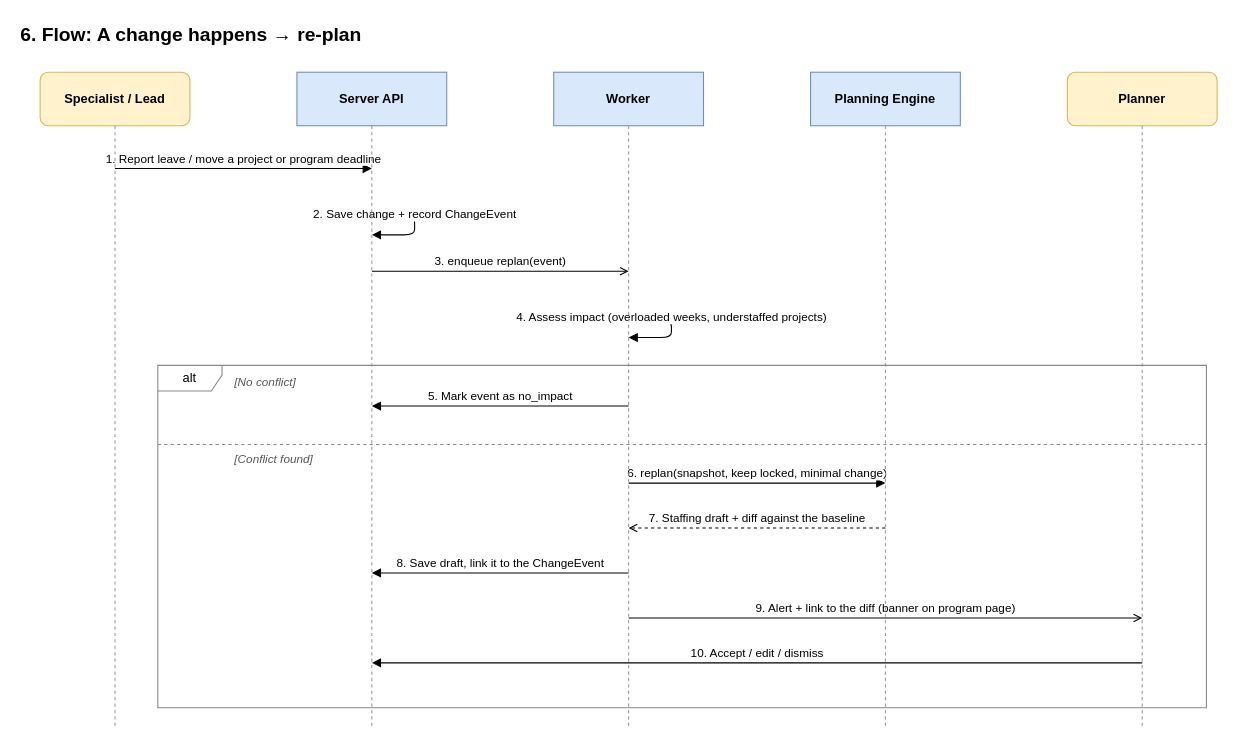
The draw.io diagram page "6. Flow - Change to Replan" (6 of 7) of docs/architecture.drawio in dophnamm/the-slot-finder, before the edit. Source tidied: cells renumbered, new cells numbered last; positions are measured from the earlier drawing's top-left corner, leaving out a move shared by most shapes. Both pictures are drawn from the tidied source at 107%, with x=0, y=0 at pixel (18, 18).
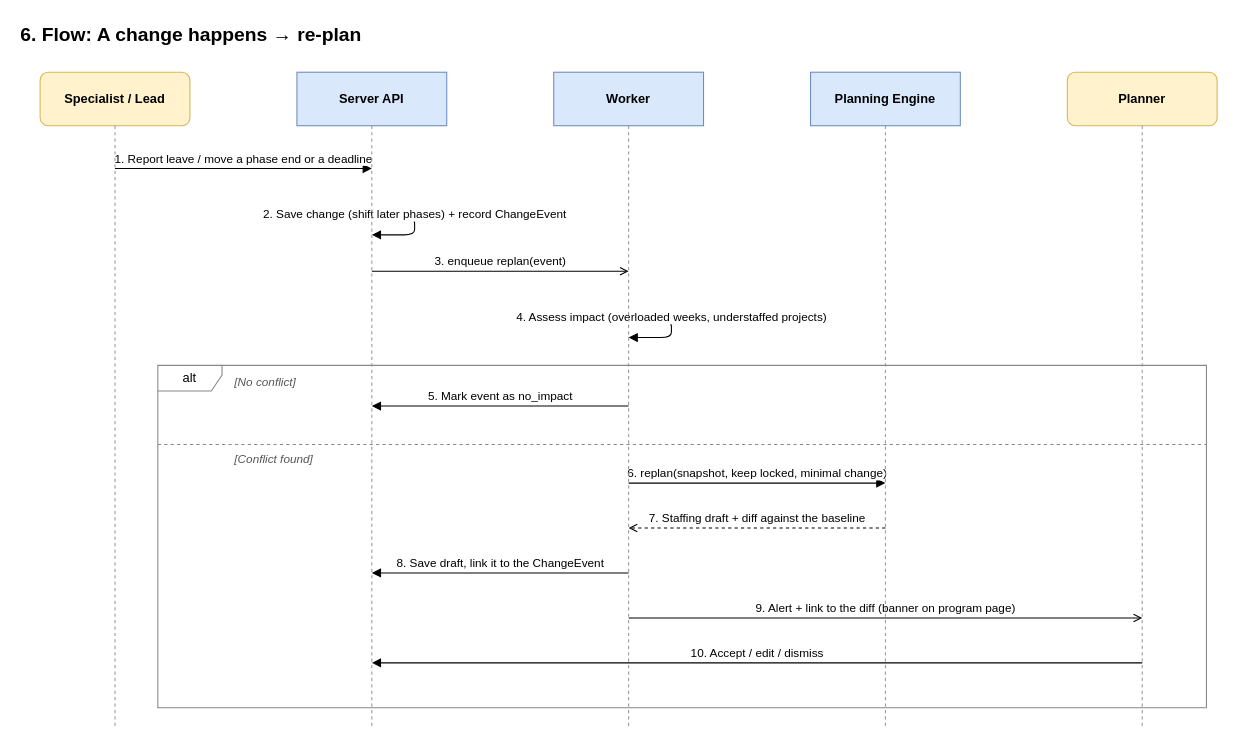
Above is the later version.

Commit message (it also covers changes not shown here):
docs: model cross-expertise dependencies with project phases

The edit, as a diff of the source:
```diff
@@
-    <mxCell id="8" value="1. Report leave / move a project or program deadline" style="html=1;endArrow=block;endFill=1;verticalAlign=bottom;fontSize=11;" parent="1" edge="1">
+    <mxCell id="8" value="1. Report leave / move a phase end or a deadline" style="html=1;endArrow=block;endFill=1;verticalAlign=bottom;fontSize=11;" parent="1" edge="1">
       <mxGeometry relative="1" as="geometry">
         <mxPoint x="90" y="140" as="sourcePoint" />
         <mxPoint x="330" y="140" as="targetPoint" />
       </mxGeometry>
     </mxCell>
-    <mxCell id="9" value="2. Save change + record ChangeEvent" style="html=1;endArrow=block;endFill=1;verticalAlign=bottom;fontSize=11;" parent="1" edge="1">
+    <mxCell id="9" value="2. Save change (shift later phases) + record ChangeEvent" style="html=1;endArrow=block;endFill=1;verticalAlign=bottom;fontSize=11;" parent="1" edge="1">
       <mxGeometry relative="1" as="geometry">
         <mxPoint x="330" y="182" as="sourcePoint" />
         <mxPoint x="330" y="202" as="targetPoint" />
         <Array as="points">
           <mxPoint x="370" y="182" />
           <mxPoint x="370" y="202" />
         </Array>
       </mxGeometry>
     </mxCell>
```
